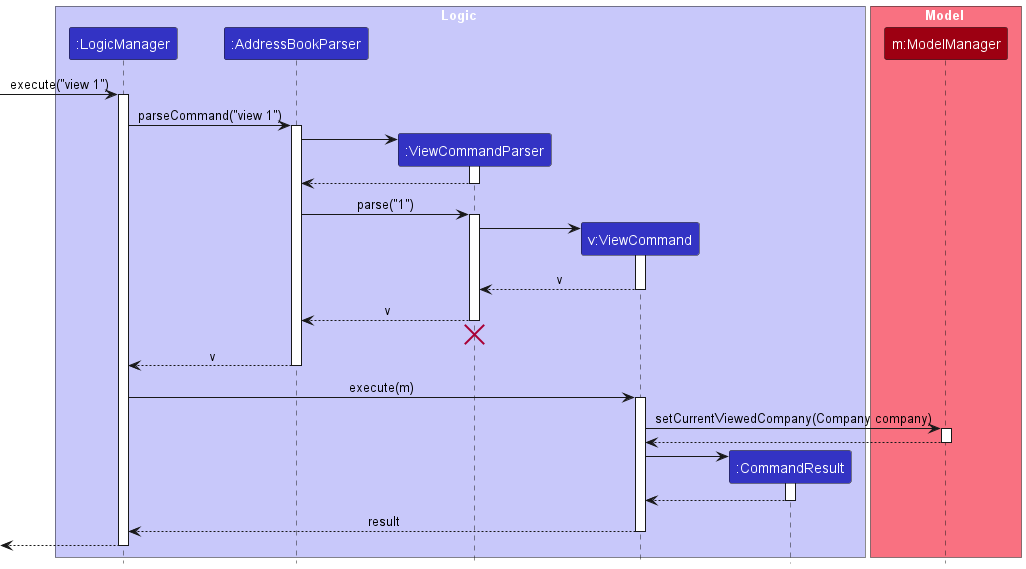
Earlier version of the PlantUML export docs/images/ViewSequenceDiagram.png (tayruxin/tp).
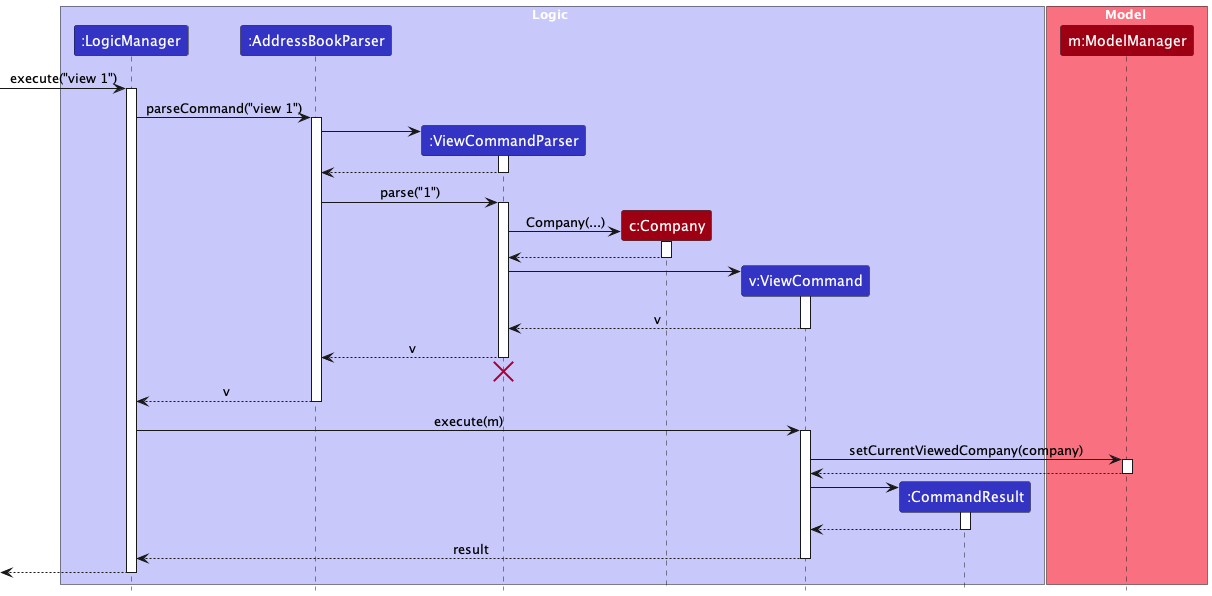
After the change.

Commit message:
Update view sequence diag

Diff of the diagram source:
```diff
@@ -7,6 +7,7 @@
 participant ":LogicManager" as LogicManager LOGIC_COLOR
 participant ":AddressBookParser" as AddressBookParser LOGIC_COLOR
 participant ":ViewCommandParser" as ViewCommandParser LOGIC_COLOR
+participant "c:Company" as Company MODEL_COLOR
 participant "v:ViewCommand" as ViewCommand LOGIC_COLOR
 participant ":CommandResult" as CommandResult LOGIC_COLOR
 
@@ -32,6 +33,13 @@
 AddressBookParser -> ViewCommandParser : parse("1")
 activate ViewCommandParser
 
+create Company
+ViewCommandParser -> Company: Company(...)
+activate Company
+
+Company --> ViewCommandParser
+deactivate Company
+
 create ViewCommand
 ViewCommandParser -> ViewCommand
 activate ViewCommand
@@ -50,7 +58,7 @@
 LogicManager -> ViewCommand : execute(m)
 activate ViewCommand
 
-ViewCommand -> Model : setCurrentViewedCompany(Company company)
+ViewCommand -> Model : setCurrentViewedCompany(company)
 
 activate Model
 
```
